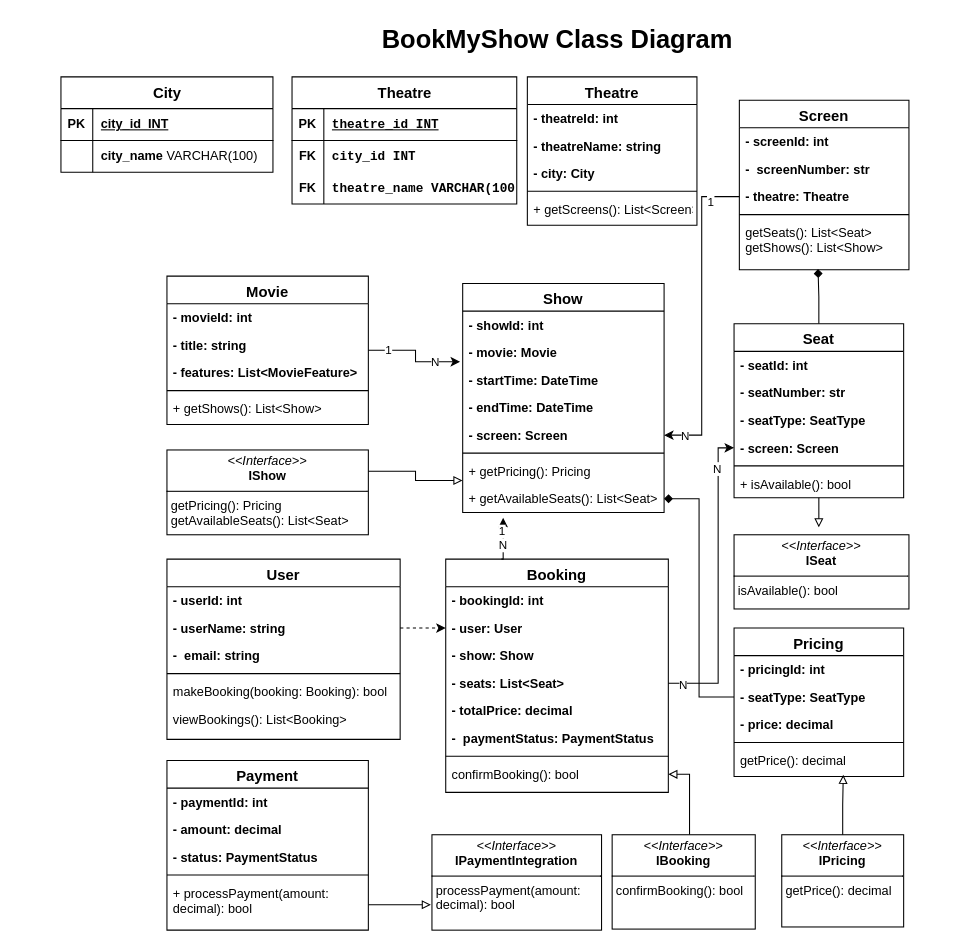
Earlier version of the draw.io diagram BookMyShow Schema Diagram.drawio (geeky-sanjay/class-diagrams). Source tidied: cells renumbered, new cells numbered last; positions are measured from the earlier drawing's top-left corner, leaving out a move shared by most shapes. Both pictures are drawn from the tidied source at 106%, with x=0, y=0 at pixel (60, 18).
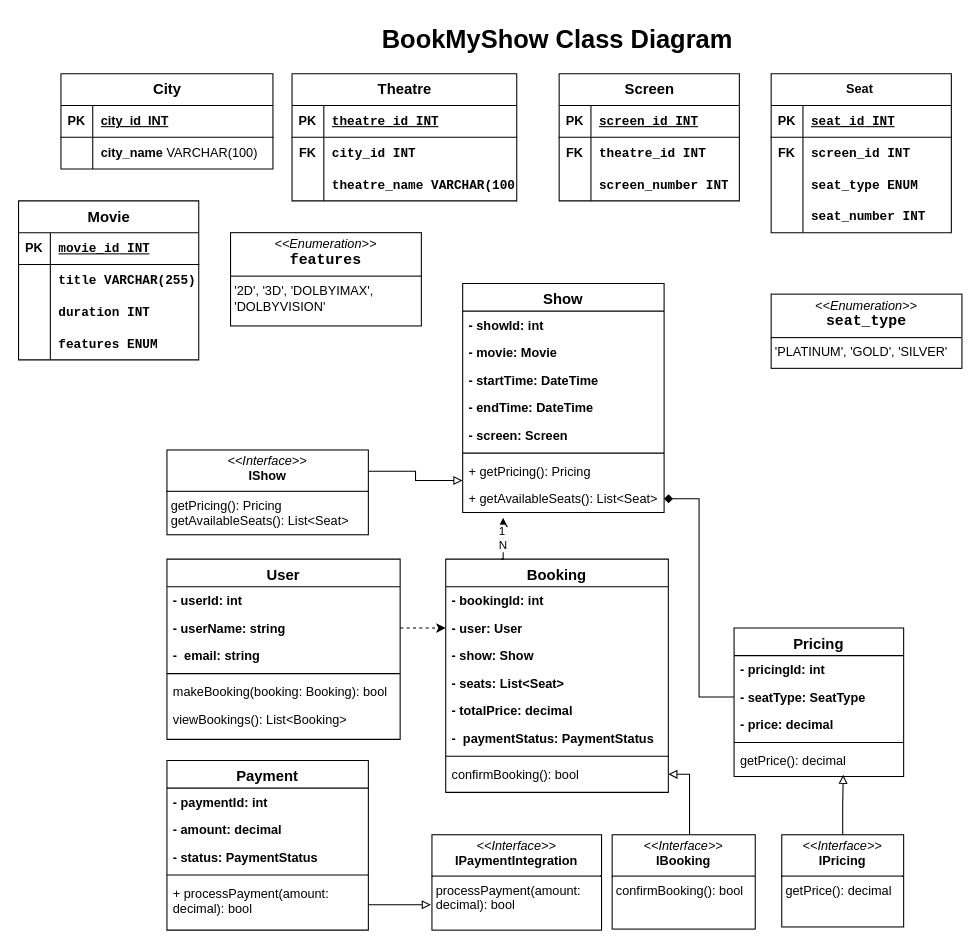
After the change.

Unchanged cells that the change refers to:
```xml
<mxCell id="25" value="- movie: Movie " style="text;align=left;verticalAlign=top;spacingLeft=4;spacingRight=4;overflow=hidden;points=[[0,0.5],[1,0.5]];portConstraint=eastwest;rounded=0;shadow=0;html=0;fontStyle=1;" parent="23" vertex="1">
  <mxGeometry y="52" width="190" height="26" as="geometry" />
</mxCell>
<mxCell id="28" value="- screen: Screen" style="text;align=left;verticalAlign=top;spacingLeft=4;spacingRight=4;overflow=hidden;points=[[0,0.5],[1,0.5]];portConstraint=eastwest;rounded=0;shadow=0;html=0;fontStyle=1;" parent="23" vertex="1">
  <mxGeometry y="130" width="190" height="26" as="geometry" />
</mxCell>
<mxCell id="42" value="- seats: List&lt;Seat&gt;" style="text;align=left;verticalAlign=top;spacingLeft=4;spacingRight=4;overflow=hidden;points=[[0,0.5],[1,0.5]];portConstraint=eastwest;rounded=0;shadow=0;html=0;fontStyle=1;" parent="38" vertex="1">
  <mxGeometry y="104" width="210" height="26" as="geometry" />
</mxCell>
<mxCell id="104" style="shape=tableRow;horizontal=0;startSize=0;swimlaneHead=0;swimlaneBody=0;fillColor=none;top=0;left=0;right=0;bottom=0;fontStyle=1;" parent="97" vertex="1">
  <mxGeometry y="90" width="212" height="30" as="geometry" />
</mxCell>
```

What changed in the source:
```diff
@@
-    <mxCell id="2" value="Theatre        " style="swimlane;fontStyle=1;align=center;verticalAlign=top;horizontal=1;startSize=26;rounded=0;shadow=0;strokeWidth=1;fontSize=14;" parent="1" vertex="1">
-      <mxGeometry x="440" y="55" width="160" height="140" as="geometry" />
-    </mxCell>
-    <mxCell id="3" value="- theatreId: int" style="text;align=left;verticalAlign=top;spacingLeft=4;spacingRight=4;overflow=hidden;fontStyle=1;" parent="2" vertex="1">
-      <mxGeometry y="26" width="160" height="26" as="geometry" />
-    </mxCell>
-    <mxCell id="4" value="- theatreName: string" style="text;align=left;verticalAlign=top;spacingLeft=4;spacingRight=4;overflow=hidden;rounded=0;shadow=0;html=0;fontStyle=1;" parent="2" vertex="1">
-      <mxGeometry y="52" width="160" height="26" as="geometry" />
-    </mxCell>
-    <mxCell id="5" value="- city: City" style="text;align=left;verticalAlign=top;spacingLeft=4;spacingRight=4;overflow=hidden;rounded=0;shadow=0;html=0;fontStyle=1;" parent="2" vertex="1">
-      <mxGeometry y="78" width="160" height="26" as="geometry" />
-    </mxCell>
-    <mxCell id="6" style="line;html=1;strokeWidth=1;align=left;verticalAlign=middle;spacingTop=-1;spacingLeft=3;spacingRight=3;labelPosition=right;" parent="2" vertex="1">
-      <mxGeometry y="104" width="160" height="8" as="geometry" />
-    </mxCell>
-    <mxCell id="7" value="+ getScreens(): List&lt;Screen&gt;" style="text;align=left;verticalAlign=top;spacingLeft=4;spacingRight=4;overflow=hidden;" parent="2" vertex="1">
-      <mxGeometry y="112" width="160" height="26" as="geometry" />
-    </mxCell>
-    <mxCell id="8" value="Screen                " style="swimlane;fontStyle=1;align=center;verticalAlign=top;horizontal=1;startSize=26;rounded=0;shadow=0;strokeWidth=1;fontSize=14;" parent="1" vertex="1">
-      <mxGeometry x="640" y="77" width="160" height="160" as="geometry" />
-    </mxCell>
-    <mxCell id="9" value="- screenId: int " style="text;align=left;verticalAlign=top;spacingLeft=4;spacingRight=4;overflow=hidden;fontStyle=1;" parent="8" vertex="1">
-      <mxGeometry y="26" width="160" height="26" as="geometry" />
-    </mxCell>
-    <mxCell id="10" value="-  screenNumber: str" style="text;align=left;verticalAlign=top;spacingLeft=4;spacingRight=4;overflow=hidden;rounded=0;shadow=0;html=0;fontStyle=1;" parent="8" vertex="1">
-      <mxGeometry y="52" width="160" height="26" as="geometry" />
-    </mxCell>
-    <mxCell id="11" value="- theatre: Theatre" style="text;align=left;verticalAlign=top;spacingLeft=4;spacingRight=4;overflow=hidden;points=[[0,0.5],[1,0.5]];portConstraint=eastwest;rounded=0;shadow=0;html=0;fontStyle=1;" parent="8" vertex="1">
-      <mxGeometry y="78" width="160" height="26" as="geometry" />
-    </mxCell>
-    <mxCell id="12" style="line;html=1;strokeWidth=1;align=left;verticalAlign=middle;spacingTop=-1;spacingLeft=3;spacingRight=3;labelPosition=right;" parent="8" vertex="1">
-      <mxGeometry y="104" width="160" height="8" as="geometry" />
-    </mxCell>
-    <mxCell id="13" value="getSeats(): List&lt;Seat&gt;&#10;getShows(): List&lt;Show&gt;" style="text;align=left;verticalAlign=top;spacingLeft=4;spacingRight=4;overflow=hidden;points=[[0,0.5],[1,0.5]];portConstraint=eastwest;" parent="8" vertex="1">
-      <mxGeometry y="112" width="160" height="48" as="geometry" />
-    </mxCell>
-    <mxCell id="14" style="edgeStyle=orthogonalEdgeStyle;rounded=0;jettySize=auto;html=1;exitX=0.5;exitY=0;exitDx=0;exitDy=0;endArrow=diamond;endFill=1;entryX=0.464;entryY=0.987;entryDx=0;entryDy=0;entryPerimeter=0;" parent="1" edge="1" source="16" target="13">
-      <mxGeometry relative="1" as="geometry" />
-    </mxCell>
-    <mxCell id="15" style="edgeStyle=orthogonalEdgeStyle;rounded=0;jettySize=auto;html=1;endArrow=block;endFill=0;" parent="1" edge="1" source="16">
-      <mxGeometry relative="1" as="geometry">
-        <mxPoint x="715" y="480" as="targetPoint" />
-      </mxGeometry>
-    </mxCell>
-    <mxCell id="16" value="Seat               " style="swimlane;fontStyle=1;align=center;verticalAlign=top;horizontal=1;startSize=26;rounded=0;shadow=0;strokeWidth=1;fontSize=14;" parent="1" vertex="1">
-      <mxGeometry x="635" y="288" width="160" height="164" as="geometry" />
-    </mxCell>
-    <mxCell id="17" value="- seatId: int " style="text;align=left;verticalAlign=top;spacingLeft=4;spacingRight=4;overflow=hidden;fontStyle=1;" parent="16" vertex="1">
-      <mxGeometry y="26" width="160" height="26" as="geometry" />
-    </mxCell>
-    <mxCell id="18" value="- seatNumber: str" style="text;align=left;verticalAlign=top;spacingLeft=4;spacingRight=4;overflow=hidden;rounded=0;shadow=0;html=0;fontStyle=1;" parent="16" vertex="1">
-      <mxGeometry y="52" width="160" height="26" as="geometry" />
-    </mxCell>
-    <mxCell id="19" value="- seatType: SeatType" style="text;align=left;verticalAlign=top;spacingLeft=4;spacingRight=4;overflow=hidden;rounded=0;shadow=0;html=0;fontStyle=1;" parent="16" vertex="1">
-      <mxGeometry y="78" width="160" height="26" as="geometry" />
-    </mxCell>
-    <mxCell id="20" value="- screen: Screen" style="text;align=left;verticalAlign=top;spacingLeft=4;spacingRight=4;overflow=hidden;points=[[0,0.5],[1,0.5]];portConstraint=eastwest;rounded=0;shadow=0;html=0;fontStyle=1;" parent="16" vertex="1">
-      <mxGeometry y="104" width="160" height="26" as="geometry" />
-    </mxCell>
-    <mxCell id="21" style="line;html=1;strokeWidth=1;align=left;verticalAlign=middle;spacingTop=-1;spacingLeft=3;spacingRight=3;labelPosition=right;" parent="16" vertex="1">
-      <mxGeometry y="130" width="160" height="8" as="geometry" />
-    </mxCell>
-    <mxCell id="22" value="+ isAvailable(): bool" style="text;align=left;verticalAlign=top;spacingLeft=4;spacingRight=4;overflow=hidden;rounded=0;shadow=0;html=0;fontStyle=0;" parent="16" vertex="1">
-      <mxGeometry y="138" width="160" height="26" as="geometry" />
-    </mxCell>
@@
-    <mxCell id="54" value="Movie                                       " style="swimlane;fontStyle=1;align=center;verticalAlign=top;horizontal=1;startSize=26;rounded=0;shadow=0;strokeWidth=1;fontSize=14;" parent="1" vertex="1">
-      <mxGeometry x="100" y="243" width="190" height="140" as="geometry" />
-    </mxCell>
-    <mxCell id="55" value="- movieId: int " style="text;align=left;verticalAlign=top;spacingLeft=4;spacingRight=4;overflow=hidden;fontStyle=1;" parent="54" vertex="1">
-      <mxGeometry y="26" width="190" height="26" as="geometry" />
-    </mxCell>
-    <mxCell id="56" value="- title: string" style="text;align=left;verticalAlign=top;spacingLeft=4;spacingRight=4;overflow=hidden;rounded=0;shadow=0;html=0;fontStyle=1;" parent="54" vertex="1">
-      <mxGeometry y="52" width="190" height="26" as="geometry" />
-    </mxCell>
-    <mxCell id="57" value="- features: List&lt;MovieFeature&gt;" style="text;align=left;verticalAlign=top;spacingLeft=4;spacingRight=4;overflow=hidden;rounded=0;shadow=0;html=0;fontStyle=1;" parent="54" vertex="1">
-      <mxGeometry y="78" width="190" height="26" as="geometry" />
-    </mxCell>
-    <mxCell id="58" style="line;html=1;strokeWidth=1;align=left;verticalAlign=middle;spacingTop=-1;spacingLeft=3;spacingRight=3;labelPosition=right;" parent="54" vertex="1">
-      <mxGeometry y="104" width="190" height="8" as="geometry" />
-    </mxCell>
-    <mxCell id="59" value="+ getShows(): List&lt;Show&gt;" style="text;align=left;verticalAlign=top;spacingLeft=4;spacingRight=4;overflow=hidden;rounded=0;shadow=0;html=0;fontStyle=0;" parent="54" vertex="1">
-      <mxGeometry y="112" width="190" height="26" as="geometry" />
-    </mxCell>
@@
-    <mxCell id="67" value="&lt;p style=&quot;margin:0px;margin-top:4px;text-align:center;&quot;&gt;&lt;i&gt;&amp;lt;&amp;lt;Interface&amp;gt;&amp;gt;&lt;/i&gt;&lt;br&gt;&lt;b&gt;ISeat&lt;/b&gt;&lt;/p&gt;&lt;hr size=&quot;1&quot; style=&quot;border-style:solid;&quot;&gt;&lt;p style=&quot;margin:0px;margin-left:4px;&quot;&gt;isAvailable(): bool&lt;br&gt;&lt;/p&gt;" style="verticalAlign=top;align=left;overflow=fill;html=1;whiteSpace=wrap;" parent="1" vertex="1">
-      <mxGeometry x="635" y="487" width="165" height="70" as="geometry" />
+    <mxCell id="67" value="&lt;p style=&quot;margin:0px;margin-top:4px;text-align:center;&quot;&gt;&lt;i&gt;&amp;lt;&amp;lt;Enumeration&amp;gt;&amp;gt;&lt;/i&gt;&lt;br&gt;&lt;code&gt;&lt;b&gt;&lt;font style=&quot;font-size: 14px;&quot;&gt;seat_type&lt;/font&gt;&lt;/b&gt;&lt;/code&gt;&lt;br&gt;&lt;/p&gt;&lt;hr size=&quot;1&quot; style=&quot;border-style:solid;&quot;&gt;&lt;p style=&quot;margin:0px;margin-left:4px;&quot;&gt;'PLATINUM', 'GOLD', 'SILVER'&lt;br&gt;&lt;/p&gt;" style="verticalAlign=top;align=left;overflow=fill;html=1;whiteSpace=wrap;" parent="1" vertex="1">
+      <mxGeometry x="670" y="260" width="180" height="70" as="geometry" />
     </mxCell>
@@
-    <mxCell id="73" style="edgeStyle=orthogonalEdgeStyle;rounded=0;jettySize=auto;html=1;exitX=0;exitY=0.5;exitDx=0;exitDy=0;entryX=1;entryY=0.5;entryDx=0;entryDy=0;" parent="1" edge="1" source="11" target="28">
-      <mxGeometry relative="1" as="geometry" />
-    </mxCell>
-    <mxCell id="74" value="1" style="edgeLabel;html=1;align=center;verticalAlign=middle;" parent="73" vertex="1">
-      <mxGeometry x="-0.81" y="4" relative="1" as="geometry" />
-    </mxCell>
-    <mxCell id="75" value="N" style="edgeLabel;html=1;align=center;verticalAlign=middle;" parent="73" vertex="1">
-      <mxGeometry x="0.87" relative="1" as="geometry" />
-    </mxCell>
-    <mxCell id="76" style="edgeStyle=orthogonalEdgeStyle;rounded=0;jettySize=auto;html=1;entryX=-0.013;entryY=0.838;entryDx=0;entryDy=0;entryPerimeter=0;" parent="1" edge="1" source="54" target="25">
-      <mxGeometry relative="1" as="geometry" />
-    </mxCell>
-    <mxCell id="77" value="1" style="edgeLabel;html=1;align=center;verticalAlign=middle;" parent="76" vertex="1">
-      <mxGeometry x="-0.64" y="1" relative="1" as="geometry" />
-    </mxCell>
-    <mxCell id="78" value="N" style="edgeLabel;html=1;align=center;verticalAlign=middle;" parent="76" vertex="1">
-      <mxGeometry x="0.51" relative="1" as="geometry" />
-    </mxCell>
@@
-    <mxCell id="86" style="edgeStyle=orthogonalEdgeStyle;rounded=0;jettySize=auto;html=1;exitX=1;exitY=0.5;exitDx=0;exitDy=0;entryX=0;entryY=0.5;entryDx=0;entryDy=0;" parent="1" edge="1" source="42" target="20">
-      <mxGeometry relative="1" as="geometry">
-        <Array as="points">
-          <mxPoint x="620" y="627" />
-          <mxPoint x="620" y="405" />
-        </Array>
-      </mxGeometry>
-    </mxCell>
-    <mxCell id="87" value="N" style="edgeLabel;html=1;align=center;verticalAlign=middle;" parent="86" vertex="1">
-      <mxGeometry x="0.76" y="2" relative="1" as="geometry" />
-    </mxCell>
-    <mxCell id="88" value="N" style="edgeLabel;html=1;align=center;verticalAlign=middle;" parent="86" vertex="1">
-      <mxGeometry x="-0.91" y="-1" relative="1" as="geometry" />
-    </mxCell>
@@
     <mxCell id="90" value="&lt;span style=&quot;font-size: 14px;&quot;&gt;City&lt;/span&gt;" style="shape=table;startSize=30;childLayout=tableLayout;rowLines=0;fontStyle=1;align=center;html=1;" parent="1" vertex="1">
-      <mxGeometry y="55" width="200" height="90" as="geometry" />
+      <mxGeometry y="52" width="200" height="90" as="geometry" />
     </mxCell>
@@
     <mxCell id="97" value="&lt;span style=&quot;font-size: 14px;&quot;&gt;Theatre&lt;/span&gt;" style="shape=table;startSize=30;childLayout=tableLayout;rowLines=0;fontStyle=1;align=center;html=1;" parent="1" vertex="1">
-      <mxGeometry x="218" y="55" width="212" height="120" as="geometry" />
+      <mxGeometry x="218" y="52" width="212" height="120" as="geometry" />
     </mxCell>
@@
-    <mxCell id="105" value="FK" style="shape=partialRectangle;fillColor=none;top=0;left=0;bottom=0;right=0;overflow=hidden;whiteSpace=wrap;html=1;fontStyle=1;" parent="104" vertex="1">
+    <mxCell id="105" style="shape=partialRectangle;fillColor=none;top=0;left=0;bottom=0;right=0;overflow=hidden;whiteSpace=wrap;html=1;fontStyle=1;" parent="104" vertex="1">
       <mxGeometry width="30" height="30" as="geometry" />
     </mxCell>
@@
+    <mxCell id="8" value="&lt;span style=&quot;font-size: 14px;&quot;&gt;Screen&lt;/span&gt;" style="shape=table;startSize=30;childLayout=tableLayout;rowLines=0;fontStyle=1;align=center;html=1;" parent="1" vertex="1">
+      <mxGeometry x="470" y="52" width="170" height="120" as="geometry" />
+    </mxCell>
+    <mxCell id="107" style="shape=tableRow;horizontal=0;startSize=0;swimlaneHead=0;swimlaneBody=0;fillColor=none;top=0;left=0;right=0;bottom=1;" parent="8" vertex="1">
+      <mxGeometry y="30" width="170" height="30" as="geometry" />
+    </mxCell>
+    <mxCell id="108" value="PK" style="shape=partialRectangle;fillColor=none;top=0;left=0;bottom=0;right=0;fontStyle=1;overflow=hidden;whiteSpace=wrap;html=1;" parent="107" vertex="1">
+      <mxGeometry width="30" height="30" as="geometry" />
+    </mxCell>
+    <mxCell id="109" value="&lt;code&gt;screen_id INT&lt;/code&gt;" style="shape=partialRectangle;fillColor=none;top=0;left=0;bottom=0;right=0;align=left;spacingLeft=6;fontStyle=5;overflow=hidden;whiteSpace=wrap;html=1;" parent="107" vertex="1">
+      <mxGeometry x="30" width="140" height="30" as="geometry" />
+    </mxCell>
+    <mxCell id="110" style="shape=tableRow;horizontal=0;startSize=0;swimlaneHead=0;swimlaneBody=0;fillColor=none;top=0;left=0;right=0;bottom=0;fontStyle=1;" parent="8" vertex="1">
+      <mxGeometry y="60" width="170" height="30" as="geometry" />
+    </mxCell>
+    <mxCell id="111" value="FK" style="shape=partialRectangle;fillColor=none;top=0;left=0;bottom=0;right=0;overflow=hidden;whiteSpace=wrap;html=1;fontStyle=1;" parent="110" vertex="1">
+      <mxGeometry width="30" height="30" as="geometry" />
+    </mxCell>
+    <mxCell id="112" value="&lt;code&gt;&lt;code&gt;theatre_id&lt;/code&gt;&amp;nbsp;INT&lt;/code&gt;" style="shape=partialRectangle;fillColor=none;top=0;left=0;bottom=0;right=0;align=left;spacingLeft=6;overflow=hidden;whiteSpace=wrap;html=1;fontStyle=1;" parent="110" vertex="1">
+      <mxGeometry x="30" width="140" height="30" as="geometry" />
+    </mxCell>
+    <mxCell id="113" style="shape=tableRow;horizontal=0;startSize=0;swimlaneHead=0;swimlaneBody=0;fillColor=none;top=0;left=0;right=0;bottom=0;fontStyle=1;" parent="8" vertex="1">
+      <mxGeometry y="90" width="170" height="30" as="geometry" />
+    </mxCell>
+    <mxCell id="114" style="shape=partialRectangle;fillColor=none;top=0;left=0;bottom=0;right=0;overflow=hidden;whiteSpace=wrap;html=1;fontStyle=1;" parent="113" vertex="1">
+      <mxGeometry width="30" height="30" as="geometry" />
+    </mxCell>
+    <mxCell id="115" value="&lt;code&gt;screen_number&amp;nbsp;INT&lt;/code&gt;" style="shape=partialRectangle;fillColor=none;top=0;left=0;bottom=0;right=0;align=left;spacingLeft=6;overflow=hidden;whiteSpace=wrap;html=1;fontStyle=1;" parent="113" vertex="1">
+      <mxGeometry x="30" width="140" height="30" as="geometry" />
+    </mxCell>
+    <mxCell id="16" value="Seat&amp;nbsp;" style="shape=table;startSize=30;childLayout=tableLayout;rowLines=0;fontStyle=1;align=center;html=1;" parent="1" vertex="1">
+      <mxGeometry x="670" y="52" width="170" height="150" as="geometry" />
+    </mxCell>
+    <mxCell id="116" style="shape=tableRow;horizontal=0;startSize=0;swimlaneHead=0;swimlaneBody=0;fillColor=none;top=0;left=0;right=0;bottom=1;" parent="16" vertex="1">
+      <mxGeometry y="30" width="170" height="30" as="geometry" />
+    </mxCell>
+    <mxCell id="117" value="PK" style="shape=partialRectangle;fillColor=none;top=0;left=0;bottom=0;right=0;fontStyle=1;overflow=hidden;whiteSpace=wrap;html=1;" parent="116" vertex="1">
+      <mxGeometry width="30" height="30" as="geometry" />
+    </mxCell>
+    <mxCell id="118" value="&lt;code&gt;&lt;code&gt;seat_id&lt;/code&gt;&amp;nbsp;INT&lt;/code&gt;" style="shape=partialRectangle;fillColor=none;top=0;left=0;bottom=0;right=0;align=left;spacingLeft=6;fontStyle=5;overflow=hidden;whiteSpace=wrap;html=1;" parent="116" vertex="1">
+      <mxGeometry x="30" width="140" height="30" as="geometry" />
+    </mxCell>
+    <mxCell id="119" style="shape=tableRow;horizontal=0;startSize=0;swimlaneHead=0;swimlaneBody=0;fillColor=none;top=0;left=0;right=0;bottom=0;fontStyle=1;" parent="16" vertex="1">
+      <mxGeometry y="60" width="170" height="30" as="geometry" />
+    </mxCell>
+    <mxCell id="120" value="FK" style="shape=partialRectangle;fillColor=none;top=0;left=0;bottom=0;right=0;overflow=hidden;whiteSpace=wrap;html=1;fontStyle=1;" parent="119" vertex="1">
+      <mxGeometry width="30" height="30" as="geometry" />
+    </mxCell>
+    <mxCell id="121" value="&lt;code&gt;&lt;code&gt;screen_id&lt;/code&gt;&amp;nbsp;INT&lt;/code&gt;" style="shape=partialRectangle;fillColor=none;top=0;left=0;bottom=0;right=0;align=left;spacingLeft=6;overflow=hidden;whiteSpace=wrap;html=1;fontStyle=1;" parent="119" vertex="1">
+      <mxGeometry x="30" width="140" height="30" as="geometry" />
+    </mxCell>
+    <mxCell id="122" style="shape=tableRow;horizontal=0;startSize=0;swimlaneHead=0;swimlaneBody=0;fillColor=none;top=0;left=0;right=0;bottom=0;fontStyle=1;" parent="16" vertex="1">
+      <mxGeometry y="90" width="170" height="30" as="geometry" />
+    </mxCell>
+    <mxCell id="123" style="shape=partialRectangle;fillColor=none;top=0;left=0;bottom=0;right=0;overflow=hidden;whiteSpace=wrap;html=1;fontStyle=1;" parent="122" vertex="1">
+      <mxGeometry width="30" height="30" as="geometry" />
+    </mxCell>
+    <mxCell id="124" value="&lt;code&gt;&lt;code&gt;seat_type&lt;/code&gt;&amp;nbsp;ENUM&lt;/code&gt;" style="shape=partialRectangle;fillColor=none;top=0;left=0;bottom=0;right=0;align=left;spacingLeft=6;overflow=hidden;whiteSpace=wrap;html=1;fontStyle=1;" parent="122" vertex="1">
+      <mxGeometry x="30" width="140" height="30" as="geometry" />
+    </mxCell>
+    <mxCell id="125" style="shape=tableRow;horizontal=0;startSize=0;swimlaneHead=0;swimlaneBody=0;fillColor=none;top=0;left=0;right=0;bottom=0;fontStyle=1;" parent="16" vertex="1">
+      <mxGeometry y="120" width="170" height="30" as="geometry" />
+    </mxCell>
+    <mxCell id="126" style="shape=partialRectangle;fillColor=none;top=0;left=0;bottom=0;right=0;overflow=hidden;whiteSpace=wrap;html=1;fontStyle=1;" parent="125" vertex="1">
+      <mxGeometry width="30" height="30" as="geometry" />
+    </mxCell>
+    <mxCell id="127" value="&lt;code&gt;seat_number INT&lt;/code&gt;" style="shape=partialRectangle;fillColor=none;top=0;left=0;bottom=0;right=0;align=left;spacingLeft=6;overflow=hidden;whiteSpace=wrap;html=1;fontStyle=1;" parent="125" vertex="1">
+      <mxGeometry x="30" width="140" height="30" as="geometry" />
+    </mxCell>
+    <mxCell id="54" value="&lt;span style=&quot;font-size: 14px;&quot;&gt;Movie&lt;/span&gt;" style="shape=table;startSize=30;childLayout=tableLayout;rowLines=0;fontStyle=1;align=center;html=1;" parent="1" vertex="1">
+      <mxGeometry x="-40" y="172" width="170" height="150" as="geometry" />
+    </mxCell>
+    <mxCell id="128" style="shape=tableRow;horizontal=0;startSize=0;swimlaneHead=0;swimlaneBody=0;fillColor=none;top=0;left=0;right=0;bottom=1;" parent="54" vertex="1">
+      <mxGeometry y="30" width="170" height="30" as="geometry" />
+    </mxCell>
+    <mxCell id="129" value="PK" style="shape=partialRectangle;fillColor=none;top=0;left=0;bottom=0;right=0;fontStyle=1;overflow=hidden;whiteSpace=wrap;html=1;" parent="128" vertex="1">
+      <mxGeometry width="30" height="30" as="geometry" />
+    </mxCell>
+    <mxCell id="130" value="&lt;code&gt;&lt;code&gt;movie_id&lt;/code&gt;&amp;nbsp;INT&lt;/code&gt;" style="shape=partialRectangle;fillColor=none;top=0;left=0;bottom=0;right=0;align=left;spacingLeft=6;fontStyle=5;overflow=hidden;whiteSpace=wrap;html=1;" parent="128" vertex="1">
+      <mxGeometry x="30" width="140" height="30" as="geometry" />
+    </mxCell>
+    <mxCell id="131" style="shape=tableRow;horizontal=0;startSize=0;swimlaneHead=0;swimlaneBody=0;fillColor=none;top=0;left=0;right=0;bottom=0;fontStyle=1;" parent="54" vertex="1">
+      <mxGeometry y="60" width="170" height="30" as="geometry" />
+    </mxCell>
+    <mxCell id="132" style="shape=partialRectangle;fillColor=none;top=0;left=0;bottom=0;right=0;overflow=hidden;whiteSpace=wrap;html=1;fontStyle=1;" parent="131" vertex="1">
+      <mxGeometry width="30" height="30" as="geometry" />
+    </mxCell>
+    <mxCell id="133" value="&lt;code&gt;title&amp;nbsp;VARCHAR(255)&lt;/code&gt;" style="shape=partialRectangle;fillColor=none;top=0;left=0;bottom=0;right=0;align=left;spacingLeft=6;overflow=hidden;whiteSpace=wrap;html=1;fontStyle=1;" parent="131" vertex="1">
+      <mxGeometry x="30" width="140" height="30" as="geometry" />
+    </mxCell>
+    <mxCell id="134" style="shape=tableRow;horizontal=0;startSize=0;swimlaneHead=0;swimlaneBody=0;fillColor=none;top=0;left=0;right=0;bottom=0;fontStyle=1;" parent="54" vertex="1">
+      <mxGeometry y="90" width="170" height="30" as="geometry" />
+    </mxCell>
+    <mxCell id="135" style="shape=partialRectangle;fillColor=none;top=0;left=0;bottom=0;right=0;overflow=hidden;whiteSpace=wrap;html=1;fontStyle=1;" parent="134" vertex="1">
+      <mxGeometry width="30" height="30" as="geometry" />
+    </mxCell>
+    <mxCell id="136" value="&lt;code&gt;duration INT&lt;/code&gt;" style="shape=partialRectangle;fillColor=none;top=0;left=0;bottom=0;right=0;align=left;spacingLeft=6;overflow=hidden;whiteSpace=wrap;html=1;fontStyle=1;" parent="134" vertex="1">
+      <mxGeometry x="30" width="140" height="30" as="geometry" />
+    </mxCell>
+    <mxCell id="137" style="shape=tableRow;horizontal=0;startSize=0;swimlaneHead=0;swimlaneBody=0;fillColor=none;top=0;left=0;right=0;bottom=0;fontStyle=1;" parent="54" vertex="1">
+      <mxGeometry y="120" width="170" height="30" as="geometry" />
+    </mxCell>
+    <mxCell id="138" style="shape=partialRectangle;fillColor=none;top=0;left=0;bottom=0;right=0;overflow=hidden;whiteSpace=wrap;html=1;fontStyle=1;" parent="137" vertex="1">
+      <mxGeometry width="30" height="30" as="geometry" />
+    </mxCell>
+    <mxCell id="139" value="&lt;code&gt;&lt;code&gt;features&lt;/code&gt;&amp;nbsp;ENUM&lt;/code&gt;" style="shape=partialRectangle;fillColor=none;top=0;left=0;bottom=0;right=0;align=left;spacingLeft=6;overflow=hidden;whiteSpace=wrap;html=1;fontStyle=1;" parent="137" vertex="1">
+      <mxGeometry x="30" width="140" height="30" as="geometry" />
+    </mxCell>
+    <mxCell id="140" value="&lt;p style=&quot;margin:0px;margin-top:4px;text-align:center;&quot;&gt;&lt;i&gt;&amp;lt;&amp;lt;Enumeration&amp;gt;&amp;gt;&lt;/i&gt;&lt;br&gt;&lt;code&gt;&lt;font style=&quot;font-size: 14px;&quot;&gt;&lt;b&gt;features&lt;/b&gt;&lt;/font&gt;&lt;/code&gt;&lt;br&gt;&lt;/p&gt;&lt;hr size=&quot;1&quot; style=&quot;border-style:solid;&quot;&gt;&lt;p style=&quot;margin:0px;margin-left:4px;&quot;&gt;'2D', '3D', 'DOLBYIMAX', 'DOLBYVISION'&lt;br&gt;&lt;/p&gt;" style="verticalAlign=top;align=left;overflow=fill;html=1;whiteSpace=wrap;" parent="1" vertex="1">
+      <mxGeometry x="160" y="202" width="180" height="88" as="geometry" />
+    </mxCell>
```
